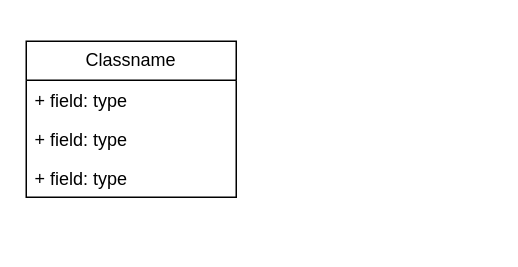
Above: diagram/class/index.dio in tuanyh11/Comic (draw.io), before the change. Source tidied: cells renumbered, new cells numbered last; positions are measured from the earlier drawing's top-left corner, leaving out a move shared by most shapes. Both pictures are drawn from the tidied source at 150%, with x=0, y=0 at pixel (26, 40).
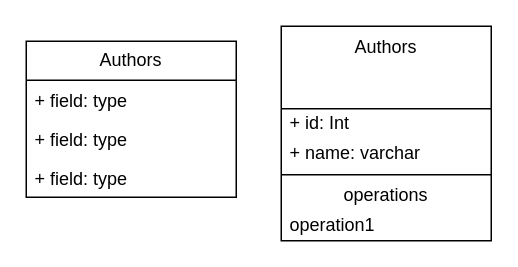
The same diagram, later.

Diff of the diagram source:
```diff
@@
 <mxGraphModel>
   <root>
     <mxCell id="0" />
     <mxCell id="1" parent="0" />
-    <mxCell id="2" value="Classname" style="swimlane;fontStyle=0;horizontal=1;startSize=26;fillColor=none;whiteSpace=wrap;html=1;" parent="1" vertex="1">
+    <mxCell id="2" value="Authors" style="swimlane;fontStyle=0;horizontal=1;startSize=26;fillColor=none;whiteSpace=wrap;html=1;" parent="1" vertex="1">
       <mxGeometry width="140" height="104" as="geometry" />
     </mxCell>
     <mxCell id="3" value="+ field: type" style="text;strokeColor=none;fillColor=none;align=left;verticalAlign=top;spacingLeft=4;spacingRight=4;overflow=hidden;whiteSpace=wrap;html=1;" parent="2" vertex="1">
       <mxGeometry y="26" width="140" height="26" as="geometry" />
     </mxCell>
     <mxCell id="4" value="+ field: type" style="text;strokeColor=none;fillColor=none;align=left;verticalAlign=top;spacingLeft=4;spacingRight=4;overflow=hidden;whiteSpace=wrap;html=1;" parent="2" vertex="1">
       <mxGeometry y="52" width="140" height="26" as="geometry" />
     </mxCell>
     <mxCell id="5" value="+ field: type" style="text;strokeColor=none;fillColor=none;align=left;verticalAlign=top;spacingLeft=4;spacingRight=4;overflow=hidden;whiteSpace=wrap;html=1;" parent="2" vertex="1">
       <mxGeometry y="78" width="140" height="26" as="geometry" />
     </mxCell>
+    <mxCell id="6" value="Authors" style="swimlane;fontStyle=0;align=center;verticalAlign=top;horizontal=1;startSize=55;html=1;whiteSpace=wrap;" parent="1" vertex="1">
+      <mxGeometry x="170" y="-10" width="140" height="143" as="geometry" />
+    </mxCell>
+    <mxCell id="7" value="+ id: Int" style="text;html=1;strokeColor=none;fillColor=none;align=left;verticalAlign=middle;spacingLeft=4;spacingRight=4;overflow=hidden;whiteSpace=wrap;" parent="6" vertex="1">
+      <mxGeometry y="55" width="140" height="20" as="geometry" />
+    </mxCell>
+    <mxCell id="8" value="+ name:&amp;nbsp;varchar" style="text;html=1;strokeColor=none;fillColor=none;align=left;verticalAlign=middle;spacingLeft=4;spacingRight=4;overflow=hidden;whiteSpace=wrap;" parent="6" vertex="1">
+      <mxGeometry y="75" width="140" height="20" as="geometry" />
+    </mxCell>
+    <mxCell id="9" style="line;strokeWidth=1;fillColor=none;align=left;verticalAlign=middle;spacingTop=-1;spacingLeft=3;spacingRight=3;labelPosition=right;" parent="6" vertex="1">
+      <mxGeometry y="95" width="140" height="8" as="geometry" />
+    </mxCell>
+    <mxCell id="10" value="operations" style="text;html=1;strokeColor=none;fillColor=none;align=center;verticalAlign=middle;spacingLeft=4;spacingRight=4;overflow=hidden;whiteSpace=wrap;" parent="6" vertex="1">
+      <mxGeometry y="103" width="140" height="20" as="geometry" />
+    </mxCell>
+    <mxCell id="11" value="operation1" style="text;html=1;strokeColor=none;fillColor=none;align=left;verticalAlign=middle;spacingLeft=4;spacingRight=4;overflow=hidden;whiteSpace=wrap;" parent="6" vertex="1">
+      <mxGeometry y="123" width="140" height="20" as="geometry" />
+    </mxCell>
   </root>
 </mxGraphModel>
```
